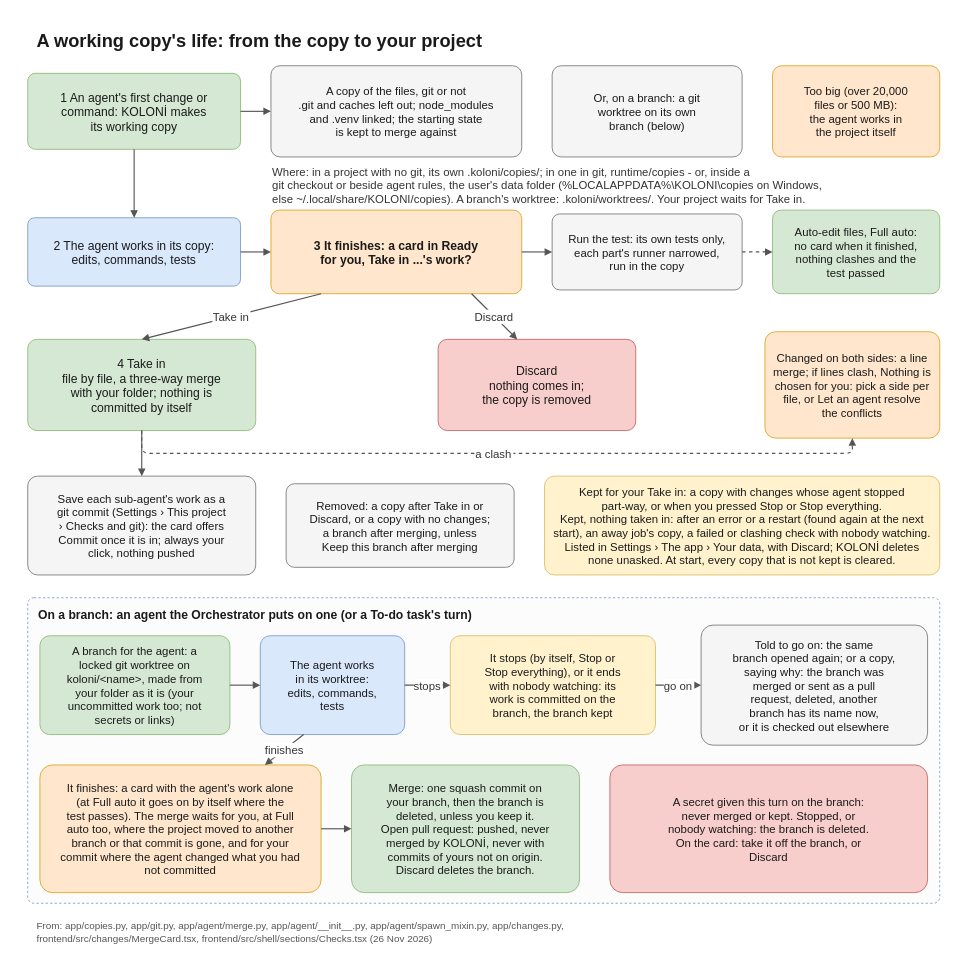
This is docs/diagrams/working-copy.drawio from flyingriverhorse/Koloni, a draw.io file, before an edit. Source tidied: cells renumbered, new cells numbered last; positions are measured from the earlier drawing's top-left corner, leaving out a move shared by most shapes. Both pictures are drawn from the tidied source at 76%, with x=0, y=0 at pixel (12, 12).
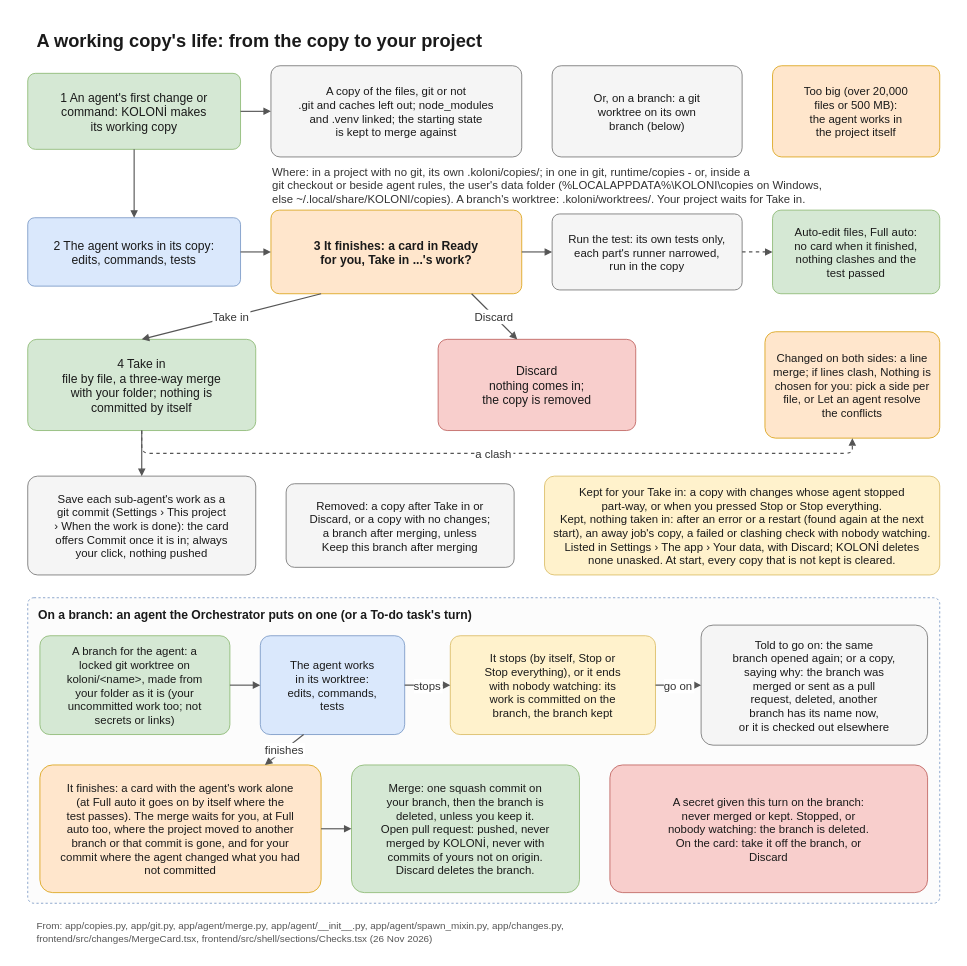
The same diagram, later.

Diff of the diagram source:
```diff
@@
-    <mxCell id="24" value="Save each sub-agent's work as a&#10;git commit (Settings › This project&#10;› Checks and git): the card offers&#10;Commit once it is in; always your&#10;click, nothing pushed" style="rounded=1;arcSize=10;fillColor=#f5f5f5;strokeColor=#666666;fontFamily=Helvetica;fontColor=#1a1a1a;fontSize=15;spacing=6;" parent="1" vertex="1">
+    <mxCell id="24" value="Save each sub-agent's work as a&#10;git commit (Settings › This project&#10;› When the work is done): the card&#10;offers Commit once it is in; always&#10;your click, nothing pushed" style="rounded=1;arcSize=10;fillColor=#f5f5f5;strokeColor=#666666;fontFamily=Helvetica;fontColor=#1a1a1a;fontSize=15;spacing=6;" parent="1" vertex="1">
       <mxGeometry x="20" y="610" width="300" height="130" as="geometry" />
     </mxCell>
```
